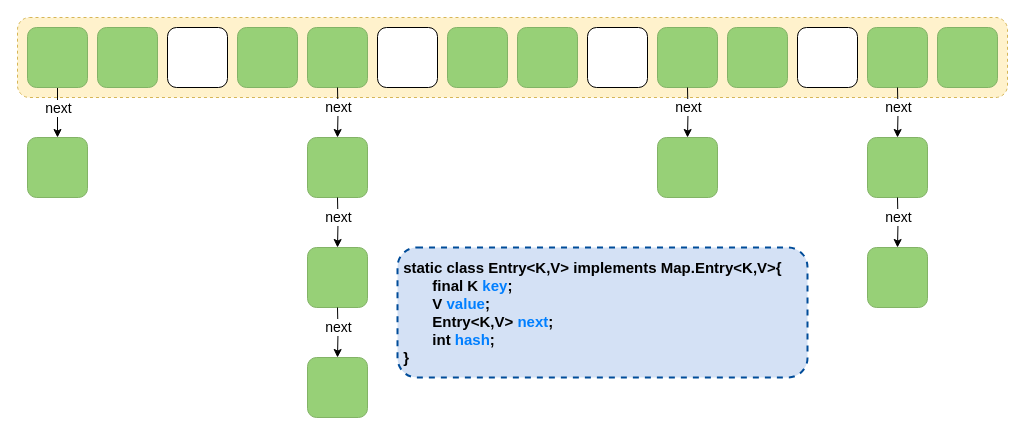
Before: JavaSE/集合框架/Java7HashMap结构.drawio in Developer-Tang/notes, a draw.io diagram. Source tidied: cells renumbered, new cells numbered last; positions are measured from the earlier drawing's top-left corner, leaving out a move shared by most shapes. Both pictures are drawn from the tidied source at 100%, with x=0, y=0 at pixel (17, 17).
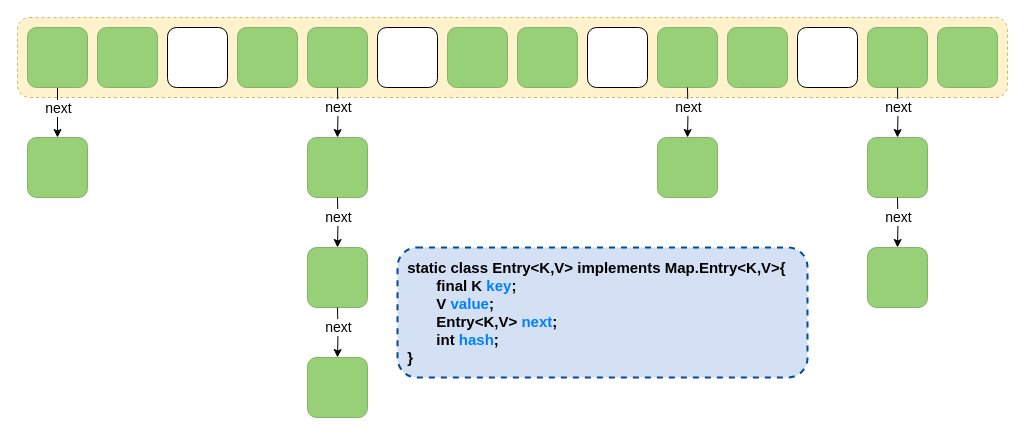
After the change.

Change to the diagram source:
```diff
@@
-    <mxCell id="38" value="&amp;nbsp;static class Entry&amp;lt;K,V&amp;gt; implements Map.Entry&amp;lt;K,V&amp;gt;{&lt;br&gt;&lt;span&gt;&lt;span style=&quot;white-space: pre&quot;&gt;&#9;&lt;/span&gt;final K &lt;/span&gt;&lt;font color=&quot;#007fff&quot;&gt;key&lt;/font&gt;&lt;span&gt;;&lt;/span&gt;&lt;span style=&quot;white-space: pre&quot;&gt;&lt;br&gt;&lt;/span&gt;&lt;span style=&quot;white-space: pre&quot;&gt;&#9;&lt;/span&gt;V &lt;font color=&quot;#007fff&quot;&gt;value&lt;/font&gt;;&lt;br&gt;&lt;span style=&quot;white-space: pre&quot;&gt;&#9;&lt;/span&gt;Entry&amp;lt;K,V&amp;gt; &lt;font color=&quot;#007fff&quot;&gt;next&lt;/font&gt;;&lt;br&gt;&lt;span style=&quot;white-space: pre&quot;&gt;&#9;&lt;/span&gt;int &lt;font color=&quot;#007fff&quot;&gt;hash&lt;/font&gt;;&lt;br style=&quot;font-size: 15px&quot;&gt;&amp;nbsp;}" style="rounded=1;whiteSpace=wrap;html=1;fontSize=15;fillColor=#D4E1F5;strokeColor=#004C99;dashed=1;align=left;fontStyle=1;strokeWidth=2;" parent="1" vertex="1">
+    <mxCell id="38" value="&amp;nbsp;static class Entry&amp;lt;K,V&amp;gt; implements Map.Entry&amp;lt;K,V&amp;gt;{&lt;br&gt;&lt;span&gt;&lt;span style=&quot;white-space: pre&quot;&gt;&#9;&lt;/span&gt;final K &lt;/span&gt;&lt;font color=&quot;#007fff&quot;&gt;key&lt;/font&gt;&lt;span&gt;;&lt;/span&gt;&lt;span style=&quot;white-space: pre&quot;&gt;&lt;br&gt;&lt;/span&gt;&lt;span style=&quot;white-space: pre&quot;&gt;&#9;&lt;/span&gt;V &lt;font color=&quot;#007fff&quot;&gt;value&lt;/font&gt;;&lt;br&gt;&lt;span style=&quot;white-space: pre&quot;&gt;&#9;&lt;/span&gt;Entry&amp;lt;K,V&amp;gt; &lt;font color=&quot;#007fff&quot;&gt;next&lt;/font&gt;;&lt;br&gt;&lt;span style=&quot;white-space: pre&quot;&gt;&#9;&lt;/span&gt;int &lt;font color=&quot;#007fff&quot;&gt;hash&lt;/font&gt;;&lt;br style=&quot;font-size: 15px&quot;&gt;&amp;nbsp;}" style="rounded=1;whiteSpace=wrap;html=1;fontSize=15;fillColor=#D4E1F5;strokeColor=#004C99;dashed=1;align=left;fontStyle=1;strokeWidth=2;spacing=6;" parent="1" vertex="1">
       <mxGeometry x="380" y="230" width="410" height="130" as="geometry" />
     </mxCell>
```
